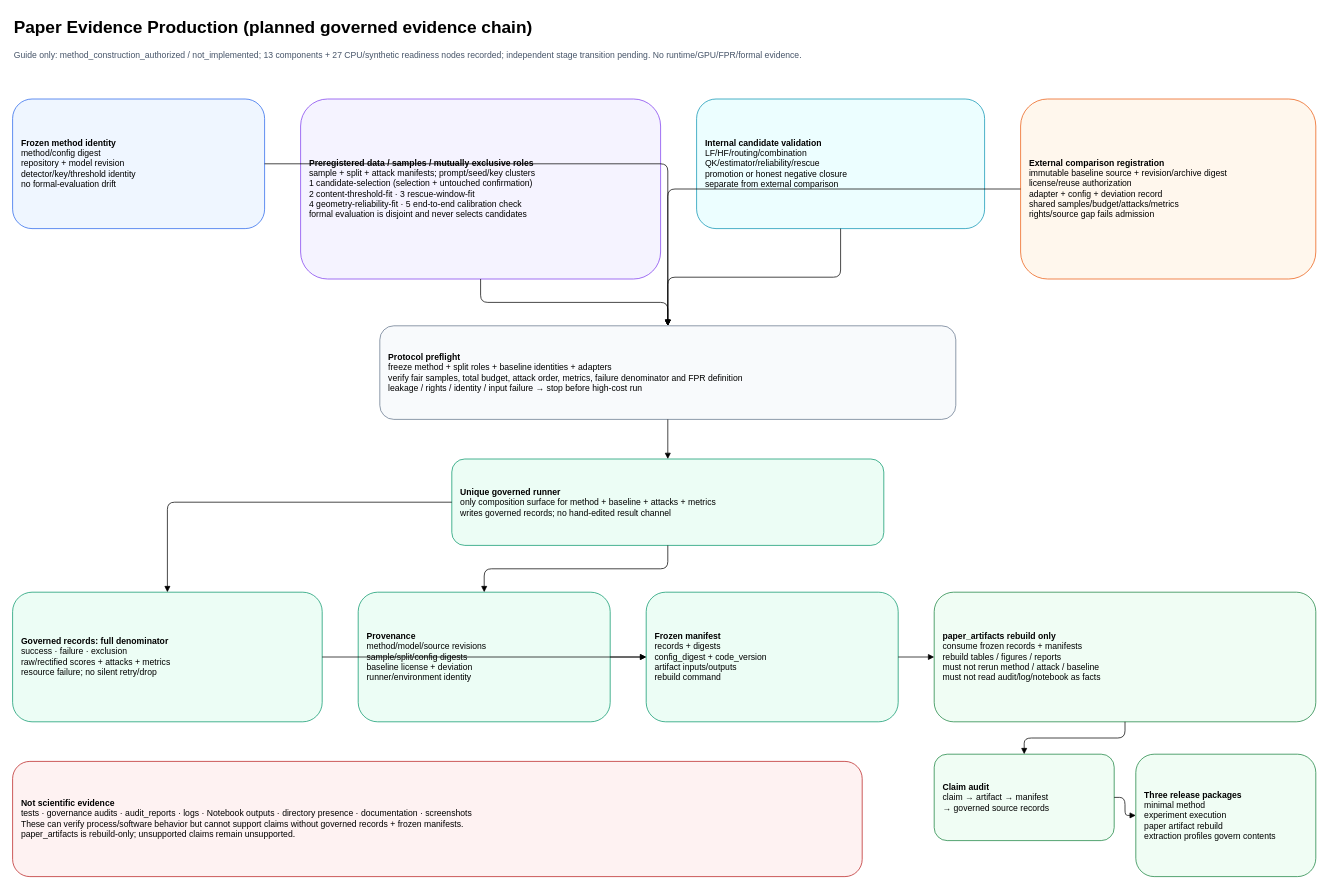
This is docs/guides/diagrams/paper_evidence_production.drawio from RICHAAARC/CEG-WM, a draw.io file, before an edit. Source tidied: cells renumbered, new cells numbered last; positions are measured from the earlier drawing's top-left corner, leaving out a move shared by most shapes. Both pictures are drawn from the tidied source at 72%, with x=0, y=0 at pixel (12, 12).
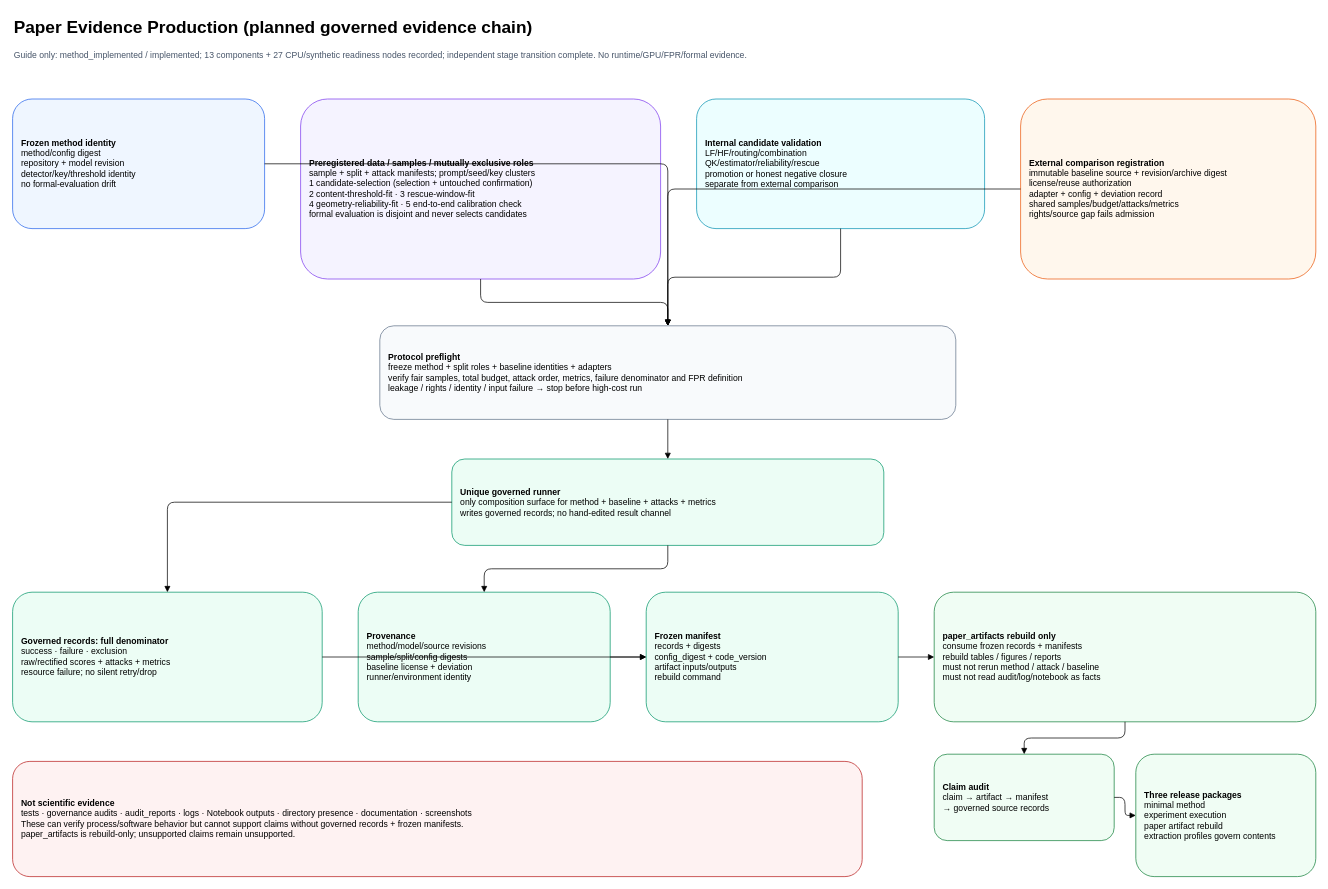
Above is the later version.

Diff of the diagram source:
```diff
@@
-    <mxCell id="3" value="Guide only: method_construction_authorized / not_implemented; 13 components + 27 CPU/synthetic readiness nodes recorded; independent stage transition pending. No runtime/GPU/FPR/formal evidence." style="text;html=1;fontSize=12;align=left;fontColor=#475569;" parent="1" vertex="1">
+    <mxCell id="3" value="Guide only: method_implemented / implemented; 13 components + 27 CPU/synthetic readiness nodes recorded; independent stage transition complete. No runtime/GPU/FPR/formal evidence." style="text;html=1;fontSize=12;align=left;fontColor=#475569;" parent="1" vertex="1">
       <mxGeometry y="45" width="1500" height="45" as="geometry" />
     </mxCell>
```
